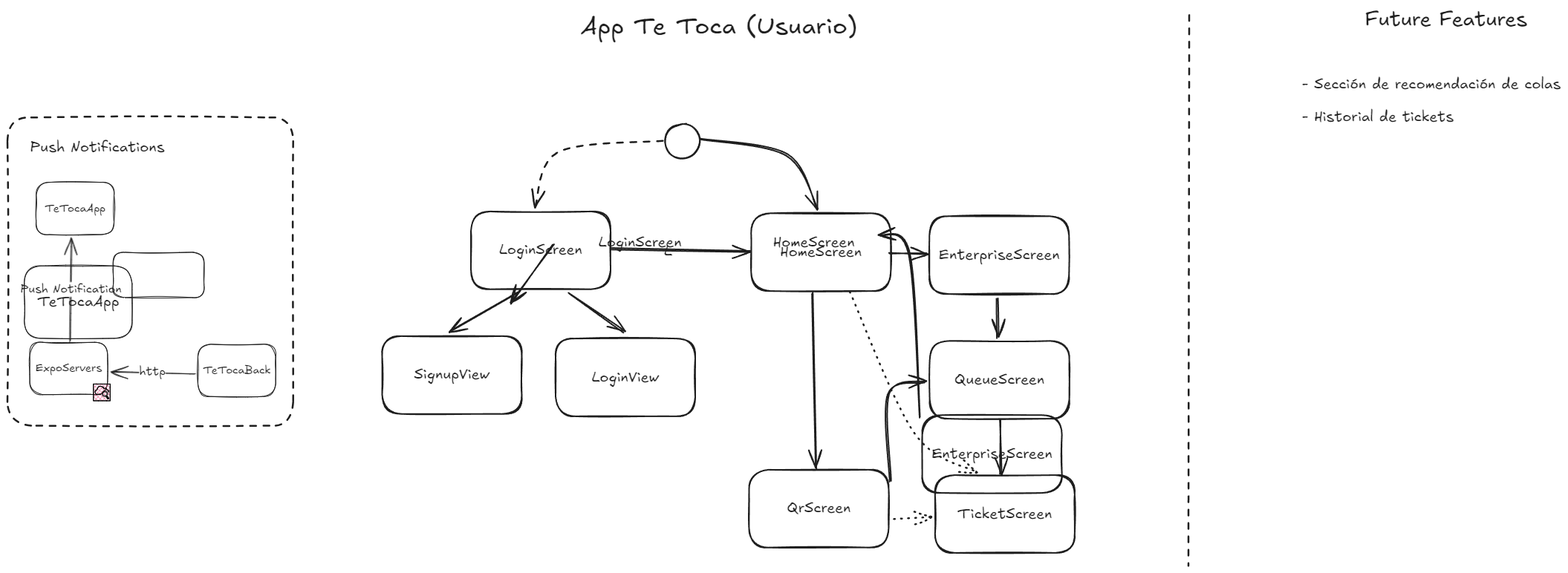
Before: planning/EstructuraApp.excalidraw.png, a diagram exported from Excalidraw (JhonAQ/te-toca-app). Source tidied: one line per element, renumbered; positions are measured from the earlier drawing's top-left corner, leaving out a move shared by most shapes.
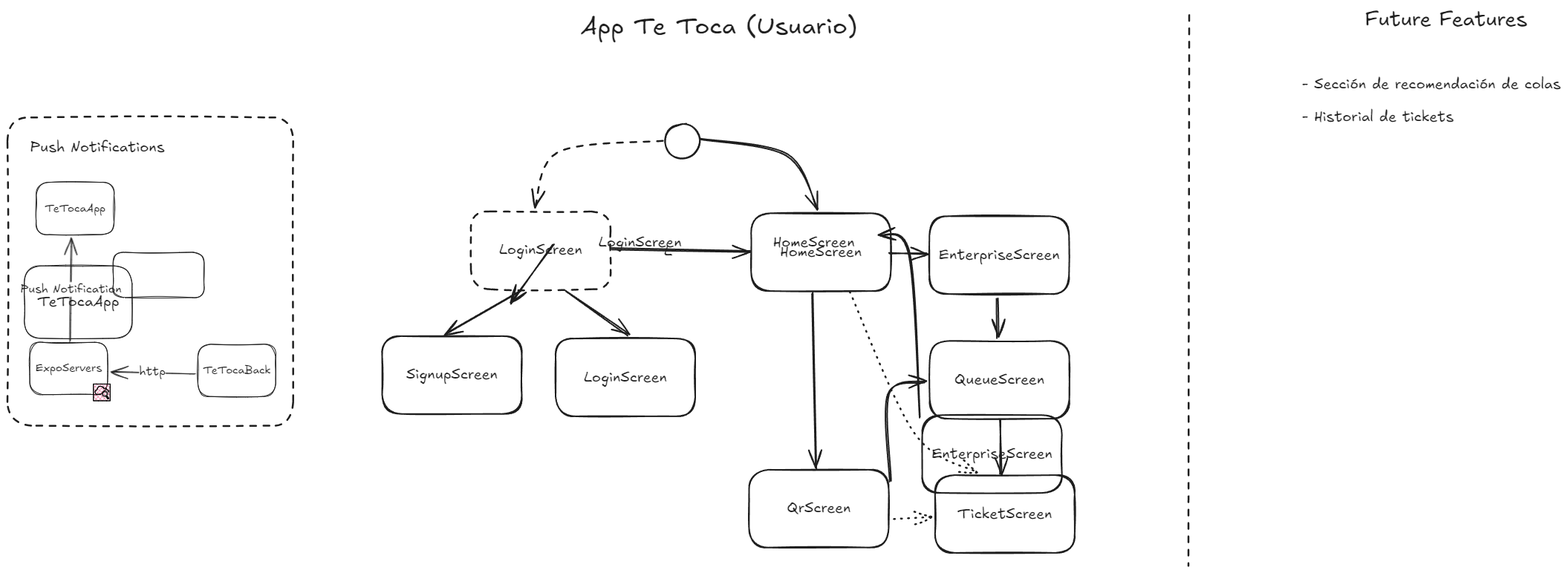
Above is the later version.

The edit, as a diff of the source:
```diff
@@ -1,4 +1,4 @@
-{"id": 0, "type": "rectangle", "strokeColor": "#1e1e1e", "strokeWidth": 2, "roughness": 1, "round": true, "x": 624, "y": 275, "width": 188, "height": 105}
+{"id": 0, "type": "rectangle", "strokeColor": "#1e1e1e", "strokeWidth": 2, "strokeStyle": "dashed", "roughness": 1, "round": true, "x": 624, "y": 275, "width": 188, "height": 105}
 {"id": 1, "type": "text", "text": "LoginScreen", "strokeColor": "#1e1e1e", "strokeWidth": 2, "roughness": 1, "fontSize": 20, "fontFamily": 5, "textAlign": "center", "verticalAlign": "middle", "inside": 0, "x": 662, "y": 315, "width": 112, "height": 25}
 {"id": 2, "type": "rectangle", "strokeColor": "#1e1e1e", "strokeWidth": 2, "roughness": 1, "round": true, "x": 1001, "y": 277, "width": 188, "height": 105}
 {"id": 3, "type": "text", "text": "HomeScreen", "strokeColor": "#1e1e1e", "strokeWidth": 2, "roughness": 1, "fontSize": 20, "fontFamily": 5, "textAlign": "center", "verticalAlign": "middle", "inside": 2, "x": 1040, "y": 317, "width": 110, "height": 25}
@@ -9,11 +9,11 @@
 {"id": 8, "type": "rectangle", "strokeColor": "#1e1e1e", "strokeWidth": 2, "roughness": 1, "round": true, "x": 1249, "y": 630, "width": 188, "height": 105}
 {"id": 9, "type": "text", "text": "TicketScreen", "strokeColor": "#1e1e1e", "strokeWidth": 2, "roughness": 1, "fontSize": 20, "fontFamily": 5, "textAlign": "center", "verticalAlign": "middle", "inside": 8, "x": 1279, "y": 670, "width": 128, "height": 25}
 {"id": 10, "type": "rectangle", "strokeColor": "#1e1e1e", "strokeWidth": 2, "roughness": 1, "round": true, "x": 738, "y": 446, "width": 188, "height": 105}
-{"id": 11, "type": "text", "text": "LoginView", "strokeColor": "#1e1e1e", "strokeWidth": 2, "roughness": 1, "fontSize": 20, "fontFamily": 5, "textAlign": "center", "verticalAlign": "middle", "inside": 10, "x": 787, "y": 486, "width": 91, "height": 25}
+{"id": 11, "type": "text", "text": "LoginScreen", "strokeColor": "#1e1e1e", "strokeWidth": 2, "roughness": 1, "fontSize": 20, "fontFamily": 5, "textAlign": "center", "verticalAlign": "middle", "inside": 10, "x": 776, "y": 486, "width": 112, "height": 25}
 {"id": 12, "type": "rectangle", "strokeColor": "#1e1e1e", "strokeWidth": 2, "roughness": 1, "round": true, "x": 504, "y": 443, "width": 188, "height": 105}
-{"id": 13, "type": "text", "text": "SignupView", "strokeColor": "#1e1e1e", "strokeWidth": 2, "roughness": 1, "fontSize": 20, "fontFamily": 5, "textAlign": "center", "verticalAlign": "middle", "inside": 12, "x": 547, "y": 483, "width": 102, "height": 25}
+{"id": 13, "type": "text", "text": "SignupScreen", "strokeColor": "#1e1e1e", "strokeWidth": 2, "roughness": 1, "fontSize": 20, "fontFamily": 5, "textAlign": "center", "verticalAlign": "middle", "inside": 12, "x": 537, "y": 483, "width": 123, "height": 25}
-{"id": 14, "type": "arrow", "strokeColor": "#1e1e1e", "strokeWidth": 2, "roughness": 1, "endArrowhead": "arrow", "round": true, "from": 0, "to": 10, "x": 756, "y": 386, "width": 74, "height": 52, "points": [[0, 0], [74, 52]]}
+{"id": 14, "type": "arrow", "strokeColor": "#1e1e1e", "strokeWidth": 2, "roughness": 1, "endArrowhead": "arrow", "round": true, "from": 0, "to": 10, "x": 752, "y": 383, "width": 84, "height": 59, "points": [[0, 0], [84, 59]]}
-{"id": 15, "type": "arrow", "strokeColor": "#1e1e1e", "strokeWidth": 2, "roughness": 1, "endArrowhead": "arrow", "round": true, "from": 0, "to": 12, "x": 687, "y": 383, "width": 90, "height": 53, "points": [[0, 0], [-90, 53]]}
+{"id": 15, "type": "arrow", "strokeColor": "#1e1e1e", "strokeWidth": 2, "roughness": 1, "endArrowhead": "arrow", "round": true, "from": 0, "to": 12, "x": 689, "y": 381, "width": 99, "height": 58, "points": [[0, 0], [-99, 58]]}
 {"id": 16, "type": "arrow", "strokeColor": "#1e1e1e", "strokeWidth": 2, "roughness": 1, "endArrowhead": "arrow", "round": true, "from": 2, "to": 4, "x": 1188, "y": 332, "width": 50, "height": 1, "points": [[0, 0], [50, -1]]}
 {"id": 17, "type": "text", "text": "App Te Toca (Usuario)", "strokeColor": "#1e1e1e", "strokeWidth": 2, "roughness": 1, "fontSize": 33.14, "fontFamily": 5, "x": 772, "y": 6, "width": 372, "height": 41}
 {"id": 18, "type": "arrow", "strokeColor": "#1e1e1e", "strokeWidth": 2, "roughness": 1, "endArrowhead": "arrow", "round": true, "from": 4, "to": 6, "x": 1332, "y": 392, "width": 1, "height": 54, "points": [[0, 0], [1, 54]]}
```
